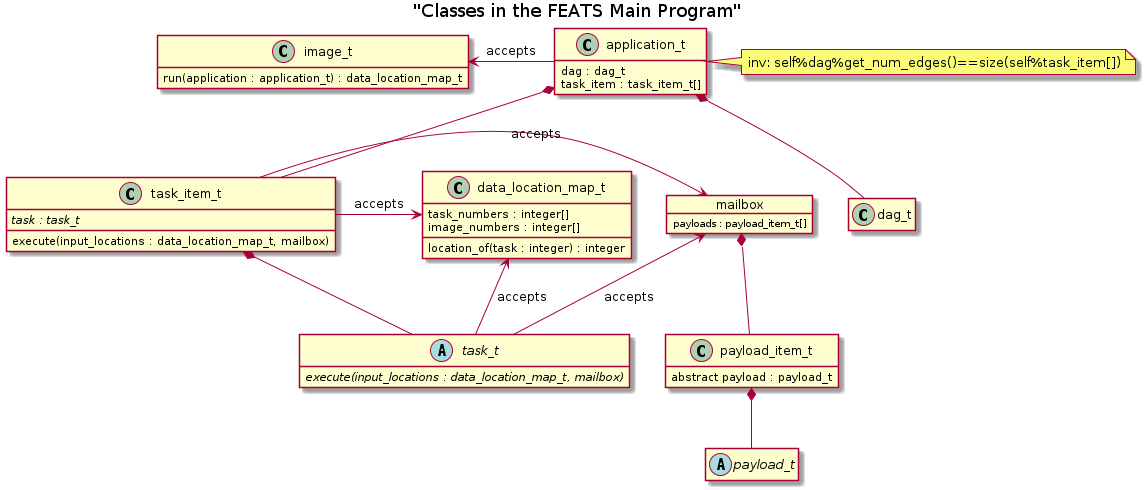
This is doc/class_diagram.png from sourceryinstitute/FEATS, a PlantUML export, as it was before one commit.
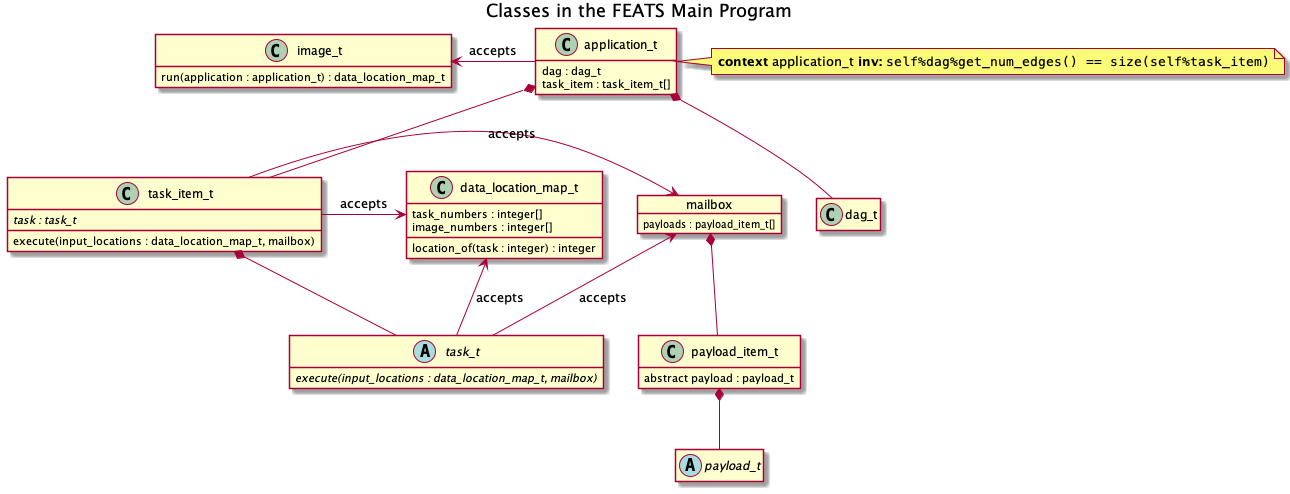
Above is the later version.

Commit message:
doc(UML): udpate application_t invariant

* Add OCL context
* Use fixed-width font for valid Fortran syntax

What changed in the source:
```diff
@@ -44,7 +44,7 @@
   dag : dag_t
   task_item : task_item_t[]
 }
-note right: inv: self%dag%get_num_edges()==size(self%task_item[])
+note right: **context** application_t **inv:** ""self%dag%get_num_edges() == size(self%task_item)""
 application_t *-down- dag_t
 application_t *-down- task_item_t
 
```
